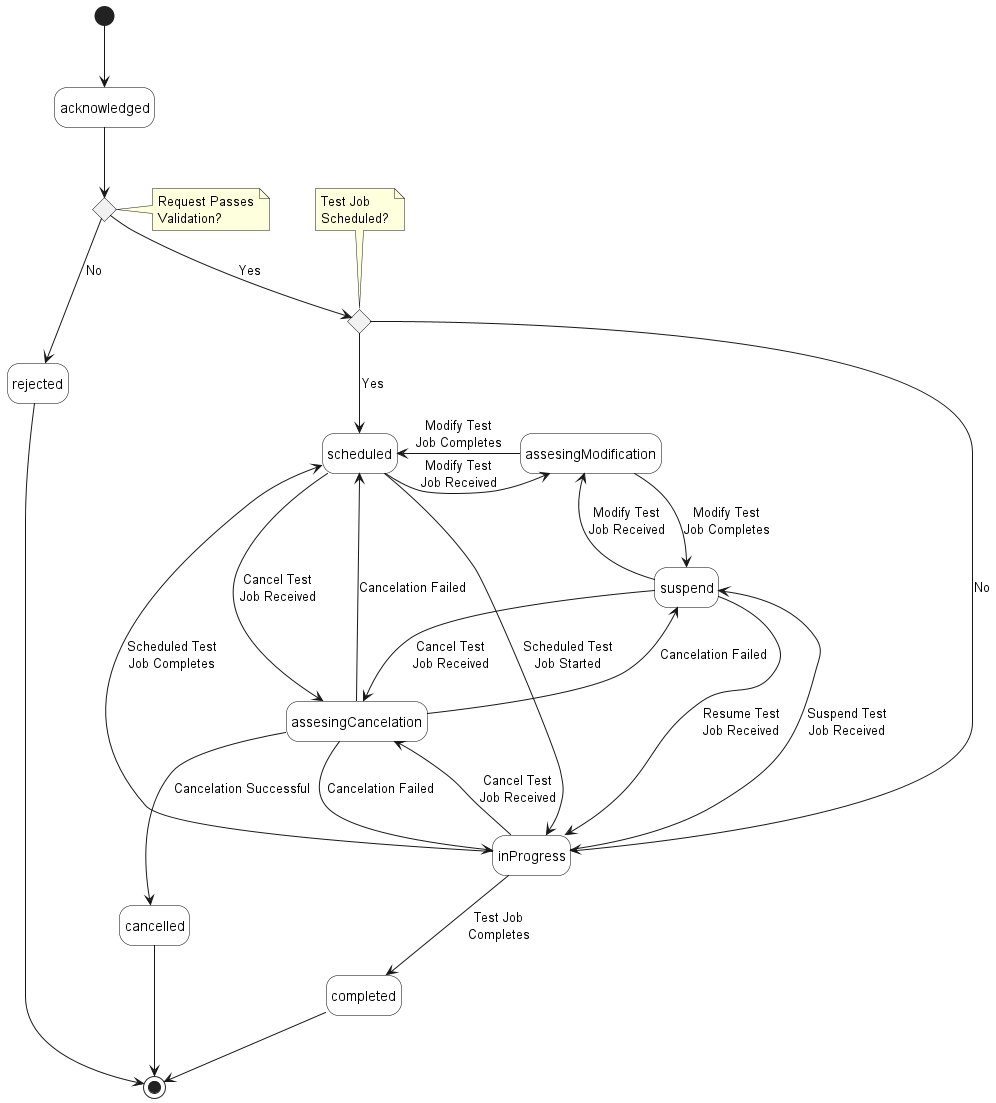
Above: documentation/serviceApi/sft/serviceTest/media/testJobStates.png in MEF-GIT/MEF-LSO-Legato-SDK (PlantUML), before the change.
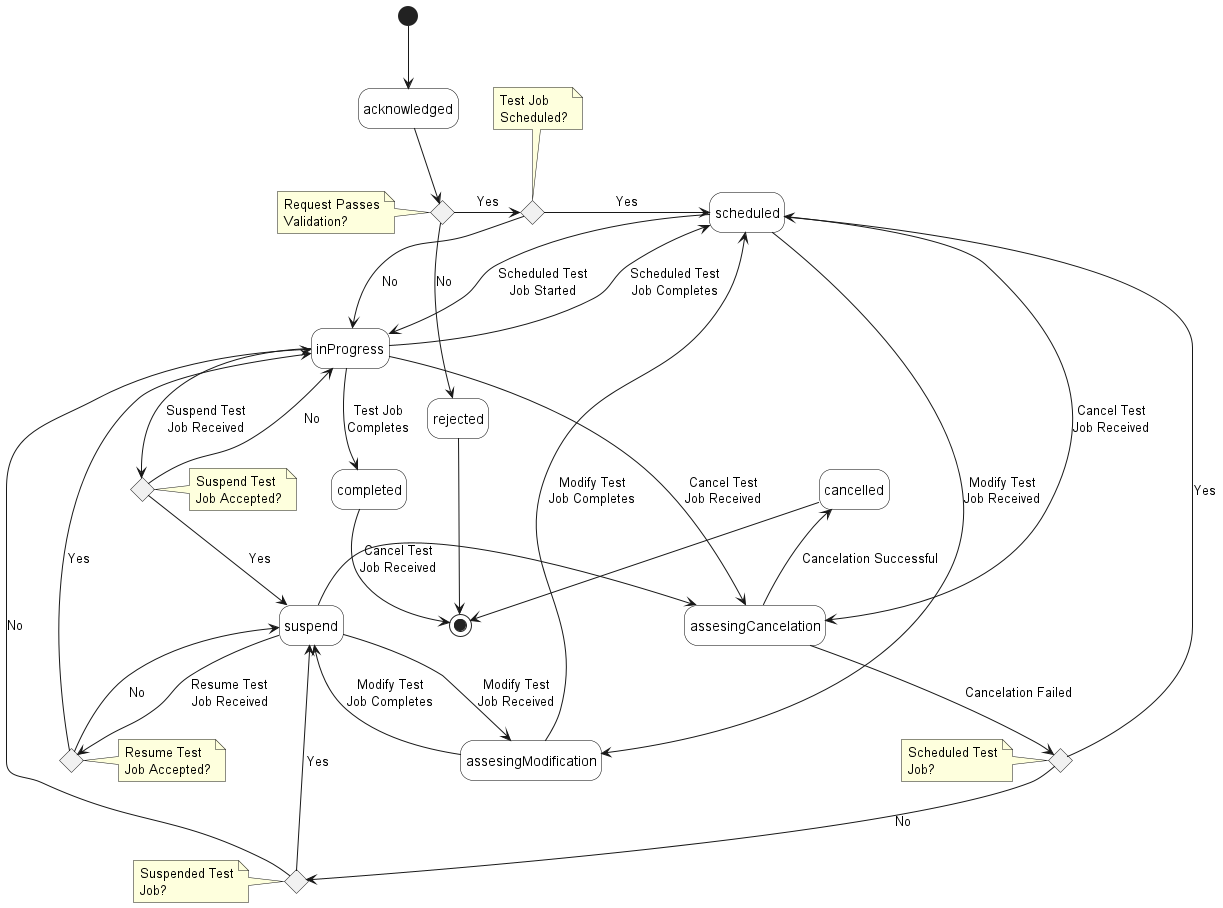
Later version of the same file.

Diff of the diagram source:
```diff
@@ -7,48 +7,69 @@
 hide empty description
 
 state validation_successful <<choice>>
- note right of validation_successful : Request Passes\nValidation?
+ note left of validation_successful : Request Passes\nValidation?
 
 state testScheduled <<choice>>
  note top of testScheduled : Test Job\nScheduled?
 
+state suspensionRequested <<choice>>
+  note right of suspensionRequested : Suspend Test\nJob Accepted?
 
+state resumptionRequested <<choice>>
+  note right of resumptionRequested : Resume Test\nJob Accepted?
 
+state cancellationFailed <<choice>>
+  note left of cancellationFailed : Scheduled Test\nJob?
 
+state cancellationFailed_2 <<choice>>
+  note left of cancellationFailed_2 : Suspended Test\nJob?
 
 
 [*] -d-> acknowledged
 
-acknowledged --> validation_successful
+acknowledged -d-> validation_successful
 
 validation_successful --> rejected: No
-validation_successful --> testScheduled: Yes
+validation_successful -r-> testScheduled: Yes
 
-testScheduled --> scheduled: Yes
+testScheduled -r-> scheduled: Yes
 testScheduled --> inProgress: No
 
 inProgress --> completed: Test Job\nCompletes
-inProgress --> assesingCancelation: Cancel Test\nJob Received
-scheduled --> assesingCancelation: Cancel Test\nJob Received
-suspend --> assesingCancelation: Cancel Test\nJob Received
-assesingCancelation --> cancelled: Cancelation Successful
-assesingCancelation --> suspend: Cancelation Failed
-assesingCancelation --> scheduled: Cancelation Failed
-assesingCancelation --> inProgress: Cancelation Failed
+inProgress -r-> assesingCancelation: Cancel Test\nJob Received
+
+scheduled -r-> assesingCancelation: Cancel Test\nJob Received
+assesingCancelation -l-> cancelled: Cancelation Successful
+assesingCancelation --> cancellationFailed: Cancelation Failed
+cancellationFailed --> scheduled: Yes
+cancellationFailed --> cancellationFailed_2: No
+cancellationFailed_2 --> inProgress: No
+cancellationFailed_2 --> suspend: Yes
 
 
 scheduled -r-> assesingModification: Modify Test\nJob Received
 assesingModification -l-> scheduled: Modify Test\nJob Completes
 
 
+inProgress -r-> suspensionRequested: Suspend Test\nJob Received
+suspensionRequested -d-> suspend: Yes
+suspensionRequested --> inProgress: No
+
 scheduled --> inProgress: Scheduled Test\nJob Started
 inProgress --> scheduled: Scheduled Test\nJob Completes
 
-inProgress -r-> suspend: Suspend Test\nJob Received
-suspend --> inProgress: Resume Test\nJob Received
+
+suspend -r-> assesingCancelation: Cancel Test\nJob Received
 
 suspend --> assesingModification: Modify Test\nJob Received
 assesingModification --> suspend: Modify Test\nJob Completes
+
+
+suspend --> resumptionRequested: Resume Test\nJob Received
+resumptionRequested --> inProgress: Yes
+resumptionRequested --> suspend: No
+
+
 
 rejected -d-> [*]
 completed -d-> [*]
```
